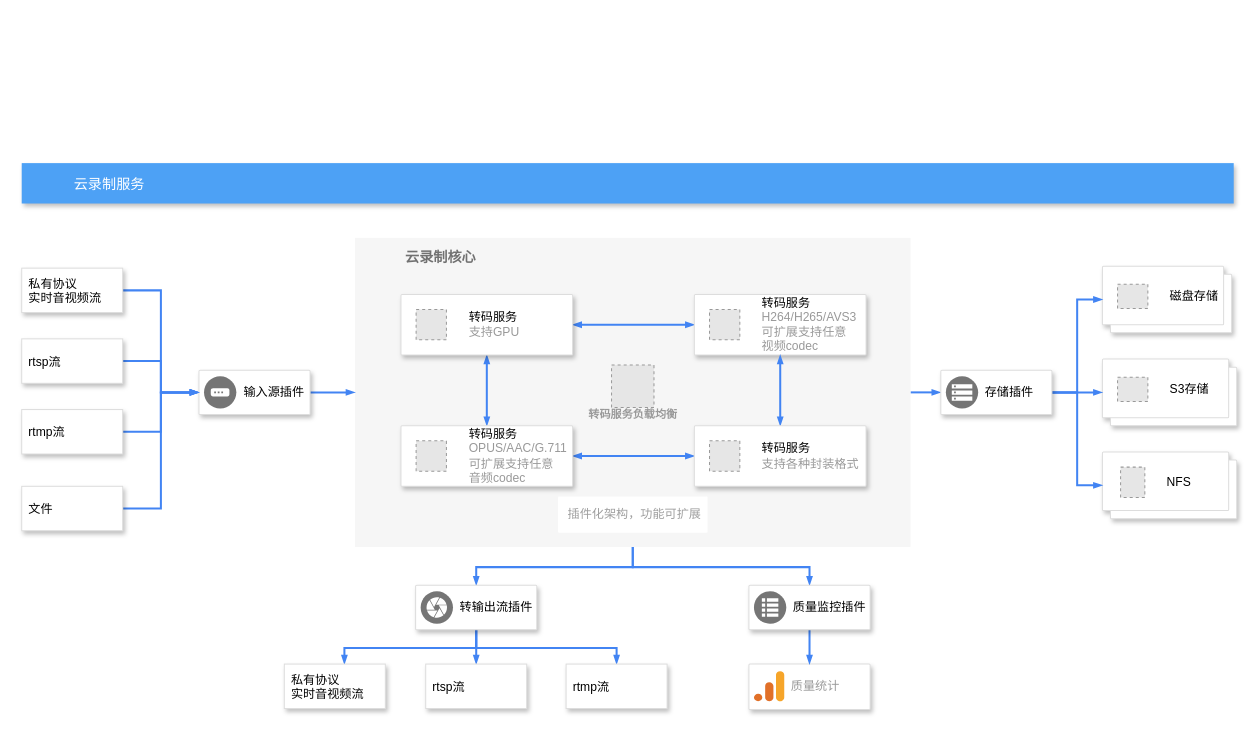
The draw.io diagram 云录制.drawio in shushenghong/test, before the edit. Source tidied: cells renumbered, new cells numbered last; positions are measured from the earlier drawing's top-left corner, leaving out a move shared by most shapes. Both pictures are drawn from the tidied source at 101%, with x=0, y=0 at pixel (21, 163). Pictures stored in the file or linked from it are replaced by grey dashed boxes.
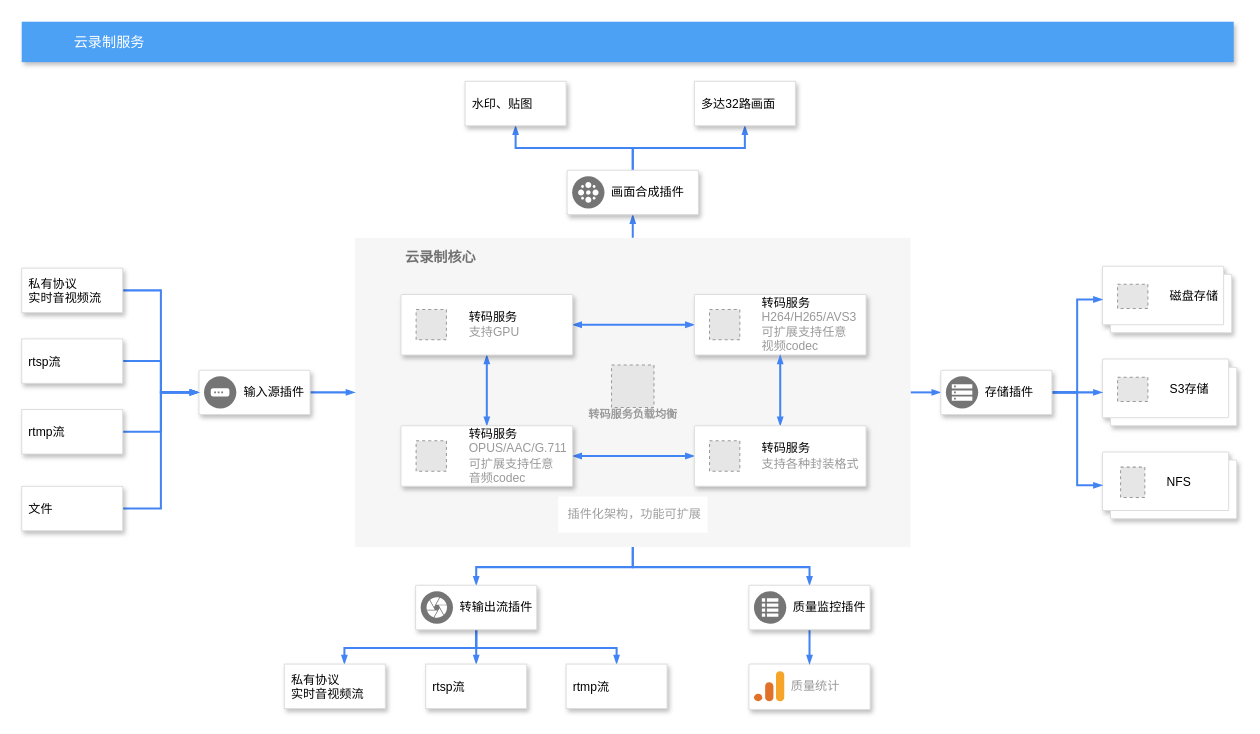
After the change.

Commit message:
更新云录制.drawio

The change refers to these unchanged cells:
```xml
<mxCell id="5" value="&lt;b&gt;云录制核心&lt;/b&gt;" style="fillColor=#F6F6F6;strokeColor=none;shadow=0;gradientColor=none;fontSize=14;align=left;spacing=10;fontColor=#717171;9E9E9E;verticalAlign=top;spacingTop=-4;fontStyle=0;spacingLeft=40;html=1;fontFamily=Helvetica;" parent="1" vertex="1">
  <mxGeometry x="330" y="74" width="550" height="306" as="geometry" />
</mxCell>
```

Change to the diagram source:
```diff
@@
+    <mxCell id="56" style="edgeStyle=orthogonalEdgeStyle;shape=connector;rounded=0;jettySize=auto;html=1;exitX=0.5;exitY=0;exitDx=0;exitDy=0;entryX=0.5;entryY=1;entryDx=0;entryDy=0;dashed=0;labelBackgroundColor=none;strokeColor=#4284F3;strokeWidth=2;fontFamily=Helvetica;fontSize=12;fontColor=default;startArrow=none;startFill=0;endArrow=blockThin;endFill=1;startSize=4;endSize=4;" parent="1" edge="1" source="5" target="59">
+      <mxGeometry relative="1" as="geometry" />
+    </mxCell>
@@
     <mxCell id="6" value="云录制服务" style="fillColor=#4DA1F5;strokeColor=none;shadow=1;gradientColor=none;fontSize=14;align=left;spacingLeft=50;fontColor=#ffffff;fontFamily=Helvetica;" parent="1" vertex="1">
-      <mxGeometry width="1200" height="40" as="geometry" />
+      <mxGeometry y="-140" width="1200" height="40" as="geometry" />
     </mxCell>
@@
+    <mxCell id="57" style="edgeStyle=orthogonalEdgeStyle;shape=connector;rounded=0;jettySize=auto;html=1;entryX=0.5;entryY=1;entryDx=0;entryDy=0;dashed=0;labelBackgroundColor=none;strokeColor=#4284F3;strokeWidth=2;fontFamily=Helvetica;fontSize=12;fontColor=default;startArrow=none;startFill=0;endArrow=blockThin;endFill=1;startSize=4;endSize=4;exitX=0.5;exitY=0;exitDx=0;exitDy=0;" parent="1" edge="1" source="59" target="62">
+      <mxGeometry relative="1" as="geometry" />
+    </mxCell>
+    <mxCell id="58" style="edgeStyle=orthogonalEdgeStyle;shape=connector;rounded=0;jettySize=auto;html=1;entryX=0.5;entryY=1;entryDx=0;entryDy=0;dashed=0;labelBackgroundColor=none;strokeColor=#4284F3;strokeWidth=2;fontFamily=Helvetica;fontSize=12;fontColor=default;startArrow=none;startFill=0;endArrow=blockThin;endFill=1;startSize=4;endSize=4;" parent="1" edge="1" source="59" target="61">
+      <mxGeometry relative="1" as="geometry" />
+    </mxCell>
+    <mxCell id="59" style="strokeColor=#dddddd;shadow=1;strokeWidth=1;rounded=1;absoluteArcSize=1;arcSize=2;fontFamily=Helvetica;fontSize=12;fontColor=default;" parent="1" vertex="1">
+      <mxGeometry x="540" y="7" width="130" height="44" as="geometry" />
+    </mxCell>
+    <mxCell id="60" value="画面合成插件" style="sketch=0;dashed=0;html=1;fillColor=#757575;strokeColor=none;shape=mxgraph.gcp2.cluster;labelPosition=right;verticalLabelPosition=middle;align=left;verticalAlign=middle;spacingLeft=5;fontSize=12;fontFamily=Helvetica;fontColor=default;" parent="59" vertex="1">
+      <mxGeometry y="0.5" width="32" height="32" relative="1" as="geometry">
+        <mxPoint x="5" y="-16" as="offset" />
+      </mxGeometry>
+    </mxCell>
+    <mxCell id="61" value="多达32路画面" style="dashed=0;strokeColor=#dddddd;shadow=1;strokeWidth=1;labelPosition=center;verticalLabelPosition=middle;align=left;verticalAlign=middle;spacingLeft=5;fontSize=12;" parent="1" vertex="1">
+      <mxGeometry x="666" y="-81" width="100" height="44" as="geometry" />
+    </mxCell>
+    <mxCell id="62" value="水印、贴图" style="dashed=0;strokeColor=#dddddd;shadow=1;strokeWidth=1;labelPosition=center;verticalLabelPosition=middle;align=left;verticalAlign=middle;spacingLeft=5;fontSize=12;" parent="1" vertex="1">
+      <mxGeometry x="439" y="-81" width="100" height="44" as="geometry" />
+    </mxCell>
```
